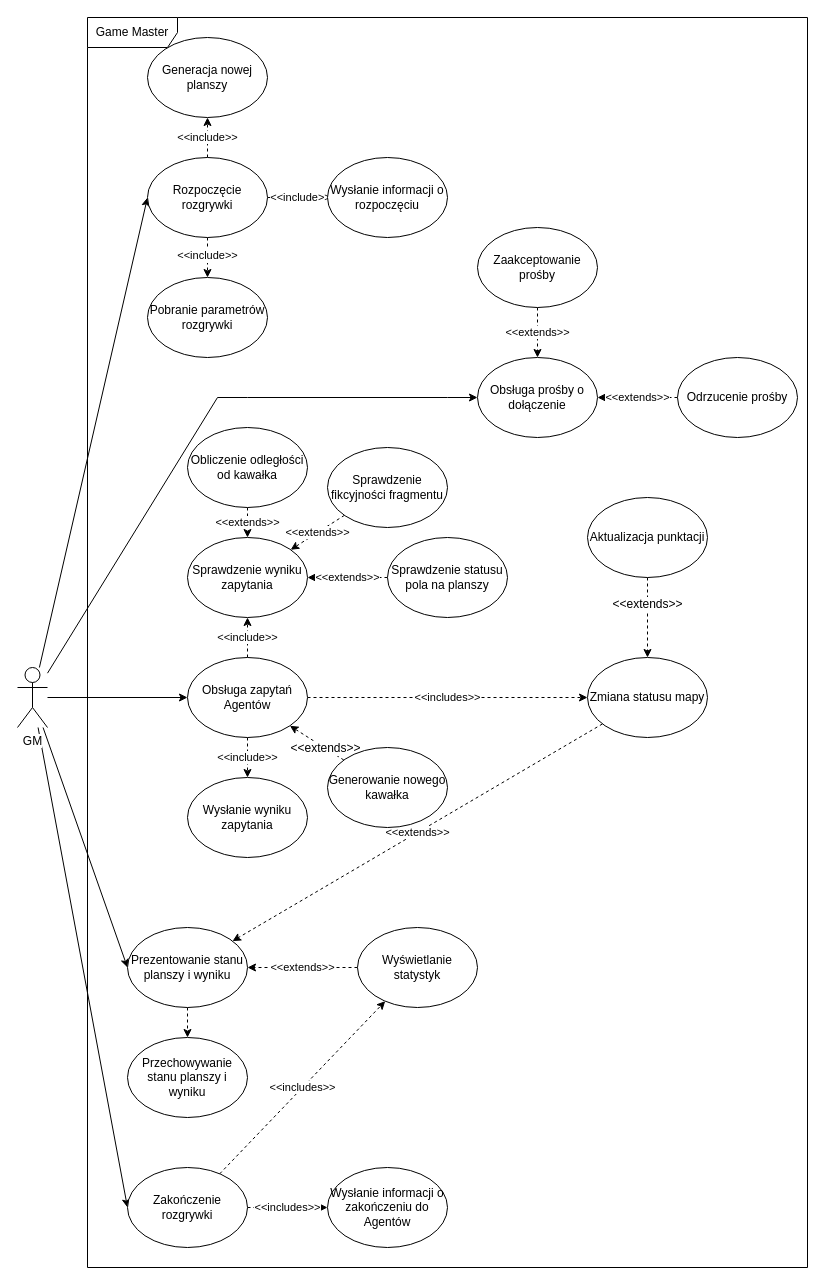
MINI-IO/IO-project-game keeps this draw.io diagram as UML/UseCaseDiagram/GM-GM.drawio. Above is the earlier version. Source tidied: cells renumbered, new cells numbered last; positions are measured from the earlier drawing's top-left corner, leaving out a move shared by most shapes. Both pictures are drawn from the tidied source at 100%, with x=0, y=0 at pixel (17, 17).
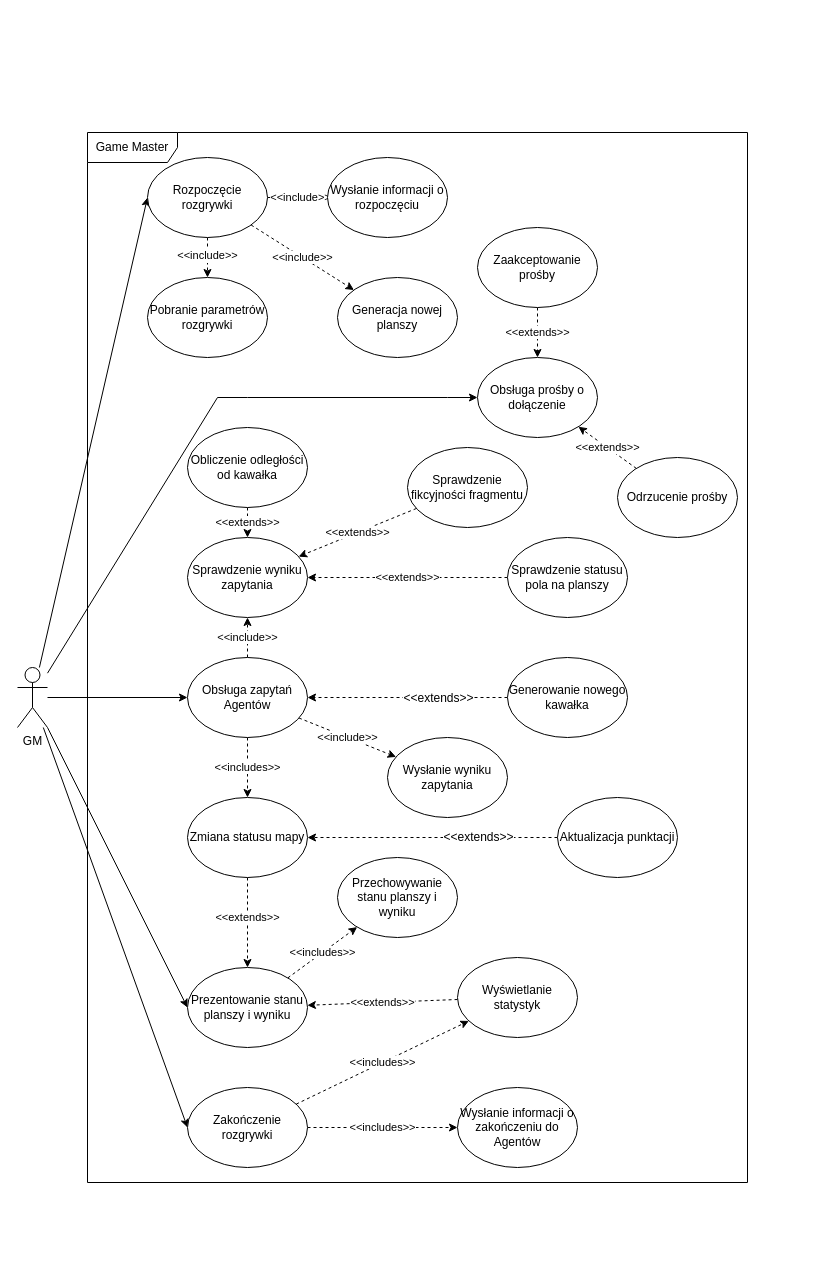
After the change.

Commit message (it also covers changes not shown here):
Extend agent use case description

The change refers to these unchanged cells:
```xml
<mxCell id="12" value="Obsługa zapytań Agentów" style="ellipse;whiteSpace=wrap;html=1;" parent="1" vertex="1">
  <mxGeometry x="170" y="640" width="120" height="80" as="geometry" />
</mxCell>
<mxCell id="13" value="Obsługa prośby o dołączenie" style="ellipse;whiteSpace=wrap;html=1;" parent="1" vertex="1">
  <mxGeometry x="460" y="340" width="120" height="80" as="geometry" />
</mxCell>
<mxCell id="30" value="Rozpoczęcie rozgrywki" style="ellipse;whiteSpace=wrap;html=1;" parent="1" vertex="1">
  <mxGeometry x="130" y="140" width="120" height="80" as="geometry" />
</mxCell>
```

Diff of the diagram source:
```diff
@@
-    <mxCell id="10" value="&amp;lt;&amp;lt;include&amp;gt;&amp;gt;&lt;br&gt;" style="edgeStyle=none;rounded=0;jettySize=auto;html=1;entryX=0.5;entryY=0;entryDx=0;entryDy=0;dashed=1;" parent="1" edge="1" source="12" target="46">
+    <mxCell id="10" value="&amp;lt;&amp;lt;include&amp;gt;&amp;gt;&lt;br&gt;" style="edgeStyle=none;rounded=0;jettySize=auto;html=1;dashed=1;" parent="1" edge="1" source="12" target="46">
       <mxGeometry relative="1" as="geometry" />
     </mxCell>
-    <mxCell id="11" value="&amp;lt;&amp;lt;includes&amp;gt;&amp;gt;" style="edgeStyle=none;rounded=0;jettySize=auto;html=1;entryX=0;entryY=0.5;entryDx=0;entryDy=0;dashed=1;" parent="1" edge="1" source="12" target="42">
+    <mxCell id="11" value="&amp;lt;&amp;lt;includes&amp;gt;&amp;gt;" style="edgeStyle=none;rounded=0;jettySize=auto;html=1;dashed=1;" parent="1" edge="1" source="12" target="42">
       <mxGeometry relative="1" as="geometry" />
     </mxCell>
@@
-    <mxCell id="14" value="&amp;lt;&amp;lt;extends&amp;gt;&amp;gt;" style="edgeStyle=none;rounded=0;jettySize=auto;html=1;dashed=1;exitX=0;exitY=0.5;exitDx=0;exitDy=0;entryX=1;entryY=0.5;entryDx=0;entryDy=0;" parent="1" edge="1" source="15" target="13">
+    <mxCell id="14" value="&amp;lt;&amp;lt;extends&amp;gt;&amp;gt;" style="edgeStyle=none;rounded=0;jettySize=auto;html=1;dashed=1;" parent="1" edge="1" source="15" target="13">
       <mxGeometry relative="1" as="geometry" />
     </mxCell>
     <mxCell id="15" value="Odrzucenie prośby" style="ellipse;whiteSpace=wrap;html=1;" parent="1" vertex="1">
-      <mxGeometry x="660" y="340" width="120" height="80" as="geometry" />
+      <mxGeometry x="600" y="440" width="120" height="80" as="geometry" />
     </mxCell>
@@
-    <mxCell id="18" style="edgeStyle=none;rounded=0;jettySize=auto;html=1;dashed=1;" parent="1" edge="1" source="19" target="20">
+    <mxCell id="18" value="&amp;lt;&amp;lt;includes&amp;gt;&amp;gt;" style="edgeStyle=none;rounded=0;jettySize=auto;html=1;dashed=1;" parent="1" edge="1" source="19" target="20">
       <mxGeometry relative="1" as="geometry" />
     </mxCell>
     <mxCell id="19" value="Prezentowanie stanu planszy i wyniku" style="ellipse;whiteSpace=wrap;html=1;" parent="1" vertex="1">
-      <mxGeometry x="110" y="910" width="120" height="80" as="geometry" />
+      <mxGeometry x="170" y="950" width="120" height="80" as="geometry" />
     </mxCell>
     <mxCell id="20" value="Przechowywanie stanu planszy i wyniku" style="ellipse;whiteSpace=wrap;html=1;" parent="1" vertex="1">
-      <mxGeometry x="110" y="1020" width="120" height="80" as="geometry" />
+      <mxGeometry x="320" y="840" width="120" height="80" as="geometry" />
     </mxCell>
@@
     <mxCell id="23" value="Zakończenie rozgrywki" style="ellipse;whiteSpace=wrap;html=1;" parent="1" vertex="1">
-      <mxGeometry x="110" y="1150" width="120" height="80" as="geometry" />
+      <mxGeometry x="170" y="1070" width="120" height="80" as="geometry" />
     </mxCell>
     <mxCell id="24" value="Wysłanie informacji o zakończeniu do Agentów" style="ellipse;whiteSpace=wrap;html=1;" parent="1" vertex="1">
-      <mxGeometry x="310" y="1150" width="120" height="80" as="geometry" />
+      <mxGeometry x="440" y="1070" width="120" height="80" as="geometry" />
     </mxCell>
-    <mxCell id="25" value="&amp;lt;&amp;lt;include&amp;gt;&amp;gt;" style="edgeStyle=orthogonalEdgeStyle;rounded=0;jettySize=auto;html=1;dashed=1;" parent="1" edge="1" source="30" target="33">
+    <mxCell id="25" value="&amp;lt;&amp;lt;include&amp;gt;&amp;gt;" style="rounded=0;jettySize=auto;html=1;dashed=1;" parent="1" edge="1" source="30" target="33">
       <mxGeometry relative="1" as="geometry" />
     </mxCell>
@@
     <mxCell id="33" value="Generacja nowej planszy" style="ellipse;whiteSpace=wrap;html=1;" parent="1" vertex="1">
-      <mxGeometry x="130" y="20" width="120" height="80" as="geometry" />
+      <mxGeometry x="320" y="260" width="120" height="80" as="geometry" />
     </mxCell>
@@
     <mxCell id="36" value="Sprawdzenie statusu pola na planszy" style="ellipse;whiteSpace=wrap;html=1;" parent="1" vertex="1">
-      <mxGeometry x="370" y="520" width="120" height="80" as="geometry" />
+      <mxGeometry x="490" y="520" width="120" height="80" as="geometry" />
     </mxCell>
@@
     <mxCell id="38" value="Sprawdzenie fikcyjności fragmentu" style="ellipse;whiteSpace=wrap;html=1;" parent="1" vertex="1">
-      <mxGeometry x="310" y="430" width="120" height="80" as="geometry" />
+      <mxGeometry x="390" y="430" width="120" height="80" as="geometry" />
     </mxCell>
@@
     <mxCell id="41" value="&amp;lt;&amp;lt;extends&amp;gt;&amp;gt;" style="edgeStyle=none;rounded=0;jettySize=auto;html=1;dashed=1;" parent="1" edge="1" source="42" target="19">
-      <mxGeometry relative="1" as="geometry" />
+      <mxGeometry x="-0.11" relative="1" as="geometry" />
     </mxCell>
     <mxCell id="42" value="Zmiana statusu mapy" style="ellipse;whiteSpace=wrap;html=1;" parent="1" vertex="1">
-      <mxGeometry x="570" y="640" width="120" height="80" as="geometry" />
+      <mxGeometry x="170" y="780" width="120" height="80" as="geometry" />
     </mxCell>
-    <mxCell id="43" style="edgeStyle=none;rounded=0;jettySize=auto;html=1;entryX=0.5;entryY=0;entryDx=0;entryDy=0;dashed=1;" parent="1" edge="1" source="45" target="42">
+    <mxCell id="43" style="edgeStyle=none;rounded=0;jettySize=auto;html=1;dashed=1;" parent="1" edge="1" source="45" target="42">
       <mxGeometry relative="1" as="geometry" />
     </mxCell>
@@
     <mxCell id="45" value="Aktualizacja punktacji" style="ellipse;whiteSpace=wrap;html=1;" parent="1" vertex="1">
-      <mxGeometry x="570" y="480" width="120" height="80" as="geometry" />
+      <mxGeometry x="540" y="780" width="120" height="80" as="geometry" />
     </mxCell>
     <mxCell id="46" value="Wysłanie wyniku zapytania" style="ellipse;whiteSpace=wrap;html=1;" parent="1" vertex="1">
-      <mxGeometry x="170" y="760" width="120" height="80" as="geometry" />
+      <mxGeometry x="370" y="720" width="120" height="80" as="geometry" />
     </mxCell>
-    <mxCell id="47" style="edgeStyle=none;rounded=0;jettySize=auto;html=1;entryX=1;entryY=1;entryDx=0;entryDy=0;dashed=1;" parent="1" edge="1" source="49" target="12">
+    <mxCell id="47" style="edgeStyle=none;rounded=0;jettySize=auto;html=1;dashed=1;" parent="1" edge="1" source="49" target="12">
       <mxGeometry relative="1" as="geometry" />
     </mxCell>
@@
     <mxCell id="49" value="Generowanie nowego kawałka" style="ellipse;whiteSpace=wrap;html=1;" parent="1" vertex="1">
-      <mxGeometry x="310" y="730" width="120" height="80" as="geometry" />
+      <mxGeometry x="490" y="640" width="120" height="80" as="geometry" />
     </mxCell>
@@
     <mxCell id="51" value="Wyświetlanie statystyk" style="ellipse;whiteSpace=wrap;html=1;" parent="1" vertex="1">
-      <mxGeometry x="340" y="910" width="120" height="80" as="geometry" />
+      <mxGeometry x="440" y="940" width="120" height="80" as="geometry" />
     </mxCell>
     <mxCell id="52" value="Game Master" style="shape=umlFrame;whiteSpace=wrap;html=1;width=90;height=30;" parent="1" vertex="1">
-      <mxGeometry x="70" width="720" height="1250" as="geometry" />
+      <mxGeometry x="70" y="115" width="660" height="1050" as="geometry" />
     </mxCell>
```
